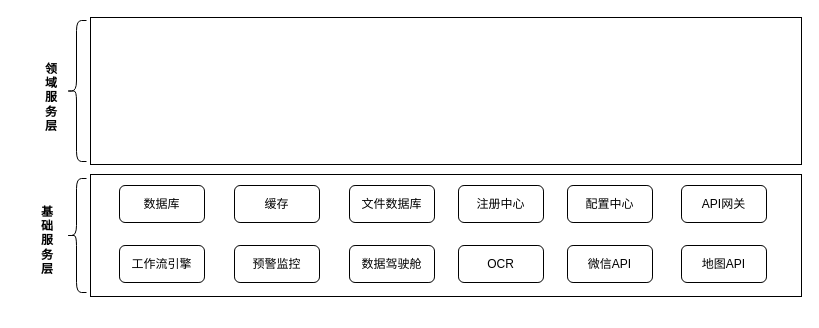
This is 汽车公司-应用架构.drawio from ammengke/my-drawio, a draw.io file, before an edit. Source tidied: cells renumbered, new cells numbered last; positions are measured from the earlier drawing's top-left corner, leaving out a move shared by most shapes. Both pictures are drawn from the tidied source at 100%, with x=0, y=0 at pixel (17, 17).
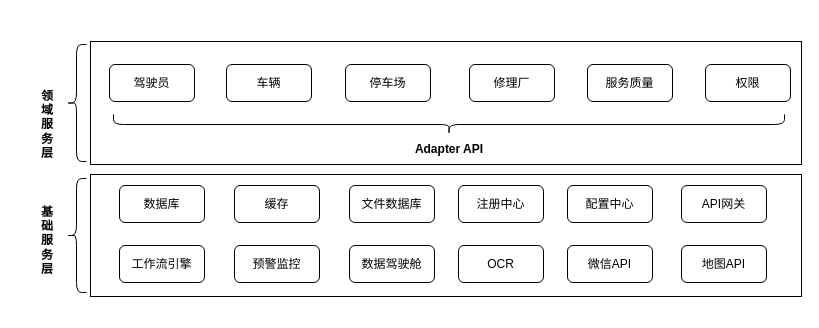
Above is the later version.

Commit message (it also covers changes not shown here):
Update 汽车公司-应用架构.drawio

The edit, as a diff of the source:
```diff
@@
     <mxCell id="17" style="rounded=0;whiteSpace=wrap;html=1;" parent="1" vertex="1">
-      <mxGeometry x="73" width="711" height="147" as="geometry" />
+      <mxGeometry x="73" y="24" width="711" height="123" as="geometry" />
     </mxCell>
     <mxCell id="18" value="领&lt;br&gt;域&lt;br&gt;服&lt;br&gt;务&lt;br&gt;层" style="text;html=1;strokeColor=none;fillColor=none;align=center;verticalAlign=middle;whiteSpace=wrap;rounded=0;fontStyle=1;" parent="1" vertex="1">
-      <mxGeometry x="4" y="9" width="60" height="141" as="geometry" />
+      <mxGeometry y="36.5" width="60" height="141" as="geometry" />
     </mxCell>
     <mxCell id="19" style="shape=curlyBracket;whiteSpace=wrap;html=1;rounded=1;" parent="1" vertex="1">
-      <mxGeometry x="49" y="3" width="20" height="141" as="geometry" />
+      <mxGeometry x="49" y="27" width="20" height="117" as="geometry" />
     </mxCell>
+    <mxCell id="20" value="权限" style="rounded=1;whiteSpace=wrap;html=1;" parent="1" vertex="1">
+      <mxGeometry x="688" y="47" width="85" height="37" as="geometry" />
+    </mxCell>
+    <mxCell id="21" value="驾驶员" style="rounded=1;whiteSpace=wrap;html=1;" parent="1" vertex="1">
+      <mxGeometry x="92" y="47" width="85" height="37" as="geometry" />
+    </mxCell>
+    <mxCell id="22" value="车辆" style="rounded=1;whiteSpace=wrap;html=1;" parent="1" vertex="1">
+      <mxGeometry x="209" y="47" width="85" height="37" as="geometry" />
+    </mxCell>
+    <mxCell id="23" value="停车场" style="rounded=1;whiteSpace=wrap;html=1;" parent="1" vertex="1">
+      <mxGeometry x="328" y="47" width="85" height="37" as="geometry" />
+    </mxCell>
+    <mxCell id="24" value="修理厂" style="rounded=1;whiteSpace=wrap;html=1;" parent="1" vertex="1">
+      <mxGeometry x="452" y="47" width="85" height="37" as="geometry" />
+    </mxCell>
+    <mxCell id="25" value="服务质量" style="rounded=1;whiteSpace=wrap;html=1;" parent="1" vertex="1">
+      <mxGeometry x="570" y="47" width="85" height="37" as="geometry" />
+    </mxCell>
+    <mxCell id="26" style="shape=curlyBracket;whiteSpace=wrap;html=1;rounded=1;flipH=1;fontColor=#000000;size=0.5;direction=north;" parent="1" vertex="1">
+      <mxGeometry x="96" y="97" width="671" height="20" as="geometry" />
+    </mxCell>
+    <mxCell id="27" value="Adapter API" style="text;html=1;strokeColor=none;fillColor=none;align=center;verticalAlign=middle;whiteSpace=wrap;rounded=0;fontColor=#000000;fontStyle=1;" parent="1" vertex="1">
+      <mxGeometry x="381.5" y="117" width="100" height="30" as="geometry" />
+    </mxCell>
```
